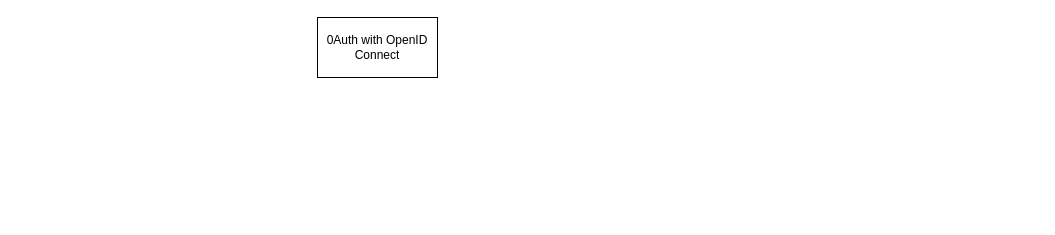
Before: page "Login / Registration" (2 of 5) of Software Requriements/DrawIO/Untitled Diagram.drawio in xavizus/Yet-another-CMS, a draw.io diagram. Source tidied: cells renumbered, new cells numbered last; positions are measured from the earlier drawing's top-left corner, leaving out a move shared by most shapes. Both pictures are drawn from the tidied source at 100%, with x=0, y=0 at pixel (317, 17).
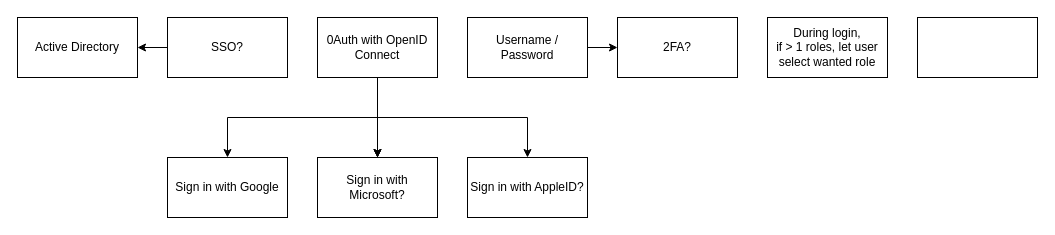
The same page after the edit.

Unchanged cells that the change refers to:
```xml
<mxCell id="2" value="0Auth with OpenID Connect" style="rounded=0;whiteSpace=wrap;html=1;" parent="1" vertex="1">
  <mxGeometry width="120" height="60" as="geometry" />
</mxCell>
```

Change to the diagram source:
```diff
@@
+    <mxCell id="3" style="edgeStyle=orthogonalEdgeStyle;rounded=0;jettySize=auto;html=1;" parent="1" edge="1" source="2" target="11">
+      <mxGeometry relative="1" as="geometry">
+        <Array as="points">
+          <mxPoint x="60" y="100" />
+          <mxPoint x="-90" y="100" />
+        </Array>
+      </mxGeometry>
+    </mxCell>
+    <mxCell id="4" style="edgeStyle=orthogonalEdgeStyle;rounded=0;jettySize=auto;html=1;" parent="1" edge="1" source="2" target="12">
+      <mxGeometry relative="1" as="geometry" />
+    </mxCell>
+    <mxCell id="5" style="edgeStyle=orthogonalEdgeStyle;rounded=0;jettySize=auto;html=1;" parent="1" edge="1" source="2" target="12">
+      <mxGeometry relative="1" as="geometry" />
+    </mxCell>
+    <mxCell id="6" style="edgeStyle=orthogonalEdgeStyle;rounded=0;jettySize=auto;html=1;" parent="1" edge="1" source="2" target="12">
+      <mxGeometry relative="1" as="geometry" />
+    </mxCell>
+    <mxCell id="7" style="edgeStyle=orthogonalEdgeStyle;rounded=0;jettySize=auto;html=1;" parent="1" edge="1" source="2" target="13">
+      <mxGeometry relative="1" as="geometry">
+        <Array as="points">
+          <mxPoint x="60" y="100" />
+          <mxPoint x="210" y="100" />
+        </Array>
+      </mxGeometry>
+    </mxCell>
@@
+    <mxCell id="8" style="edgeStyle=orthogonalEdgeStyle;rounded=0;jettySize=auto;html=1;" parent="1" edge="1" source="9" target="10">
+      <mxGeometry relative="1" as="geometry" />
+    </mxCell>
+    <mxCell id="9" value="Username / Password" style="rounded=0;whiteSpace=wrap;html=1;" parent="1" vertex="1">
+      <mxGeometry x="150" width="120" height="60" as="geometry" />
+    </mxCell>
+    <mxCell id="10" value="2FA?" style="rounded=0;whiteSpace=wrap;html=1;" parent="1" vertex="1">
+      <mxGeometry x="300" width="120" height="60" as="geometry" />
+    </mxCell>
+    <mxCell id="11" value="Sign in with Google" style="whiteSpace=wrap;html=1;rounded=0;" parent="1" vertex="1">
+      <mxGeometry x="-150" y="140" width="120" height="60" as="geometry" />
+    </mxCell>
+    <mxCell id="12" value="Sign in with Microsoft?" style="whiteSpace=wrap;html=1;rounded=0;" parent="1" vertex="1">
+      <mxGeometry y="140" width="120" height="60" as="geometry" />
+    </mxCell>
+    <mxCell id="13" value="Sign in with AppleID?" style="whiteSpace=wrap;html=1;rounded=0;" parent="1" vertex="1">
+      <mxGeometry x="150" y="140" width="120" height="60" as="geometry" />
+    </mxCell>
+    <mxCell id="14" style="edgeStyle=orthogonalEdgeStyle;rounded=0;jettySize=auto;html=1;" parent="1" edge="1" source="15" target="16">
+      <mxGeometry relative="1" as="geometry" />
+    </mxCell>
+    <mxCell id="15" value="&lt;div&gt;SSO?&lt;/div&gt;" style="rounded=0;whiteSpace=wrap;html=1;" parent="1" vertex="1">
+      <mxGeometry x="-150" width="120" height="60" as="geometry" />
+    </mxCell>
+    <mxCell id="16" value="Active Directory" style="whiteSpace=wrap;html=1;rounded=0;" parent="1" vertex="1">
+      <mxGeometry x="-300" width="120" height="60" as="geometry" />
+    </mxCell>
+    <mxCell id="17" value="During login,&lt;br&gt;if &amp;gt; 1 roles, let user select wanted role" style="rounded=0;whiteSpace=wrap;html=1;" parent="1" vertex="1">
+      <mxGeometry x="450" width="120" height="60" as="geometry" />
+    </mxCell>
+    <mxCell id="18" style="rounded=0;whiteSpace=wrap;html=1;" parent="1" vertex="1">
+      <mxGeometry x="600" width="120" height="60" as="geometry" />
+    </mxCell>
```
